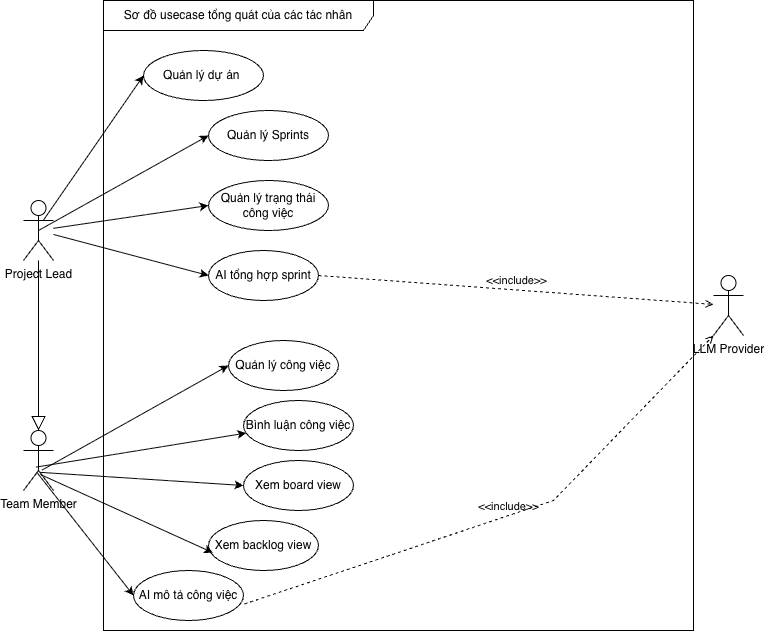
Above: reports/dat-examples/report/images/usecase_tongquan.png in toantran292/datn (draw.io), before the change. Source tidied: cells renumbered, new cells last; positions are measured from the earlier drawing's top-left corner, leaving out a move shared by most shapes.
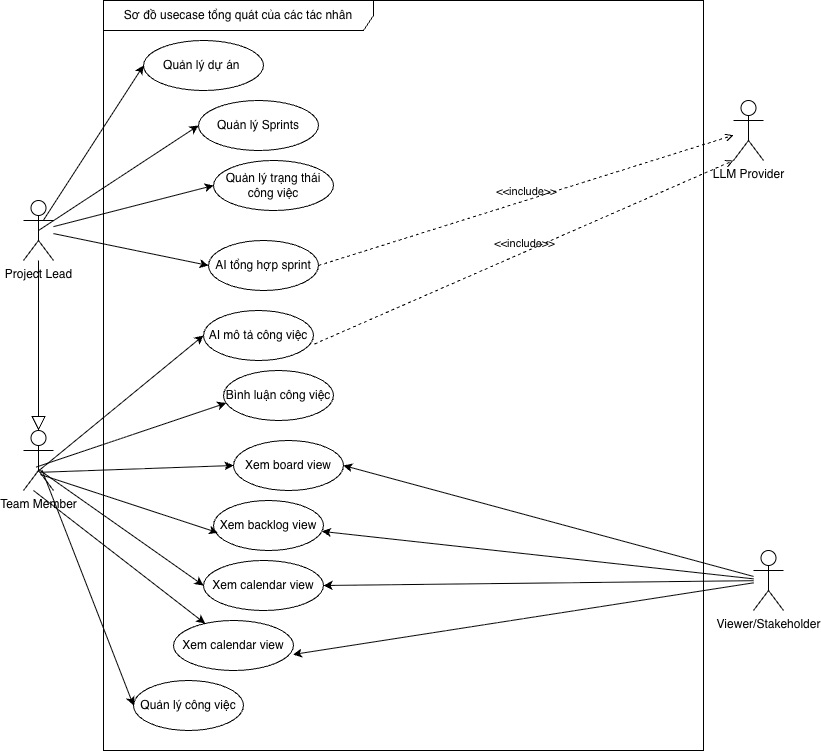
The same file after the commit.

Change to the diagram source:
```diff
@@ -3,35 +3,41 @@
     <mxCell id="0" />
     <mxCell id="1" parent="0" />
     <mxCell id="2" value="Sơ đồ usecase tổng quát của các tác nhân" style="shape=umlFrame;whiteSpace=wrap;html=1;width=270;height=30;" parent="1" vertex="1">
-      <mxGeometry x="80" width="590" height="630" as="geometry" />
+      <mxGeometry x="80" width="600" height="750" as="geometry" />
     </mxCell>
     <mxCell id="3" value="Quản lý dự án&amp;nbsp;" style="ellipse;whiteSpace=wrap;html=1;" parent="2" vertex="1">
-      <mxGeometry x="40" y="50" width="120" height="50" as="geometry" />
+      <mxGeometry x="40" y="40" width="120" height="50" as="geometry" />
     </mxCell>
     <mxCell id="4" value="Quản lý Sprints" style="ellipse;whiteSpace=wrap;html=1;" parent="2" vertex="1">
-      <mxGeometry x="105" y="110" width="120" height="50" as="geometry" />
+      <mxGeometry x="95" y="100" width="120" height="50" as="geometry" />
     </mxCell>
     <mxCell id="5" value="Quản lý trạng thái công việc" style="ellipse;whiteSpace=wrap;html=1;" parent="2" vertex="1">
-      <mxGeometry x="105" y="180" width="120" height="50" as="geometry" />
+      <mxGeometry x="110" y="160" width="120" height="50" as="geometry" />
     </mxCell>
     <mxCell id="6" value="AI tổng hợp sprint" style="ellipse;whiteSpace=wrap;html=1;" parent="2" vertex="1">
-      <mxGeometry x="105" y="250" width="110" height="50" as="geometry" />
+      <mxGeometry x="105" y="240" width="110" height="50" as="geometry" />
     </mxCell>
     <mxCell id="7" value="Quản lý công việc" style="ellipse;whiteSpace=wrap;html=1;" parent="2" vertex="1">
-      <mxGeometry x="125" y="340" width="110" height="50" as="geometry" />
+      <mxGeometry x="30" y="680" width="110" height="50" as="geometry" />
     </mxCell>
     <mxCell id="8" value="Bình luận công việc" style="ellipse;whiteSpace=wrap;html=1;" parent="2" vertex="1">
-      <mxGeometry x="140" y="400" width="110" height="50" as="geometry" />
+      <mxGeometry x="120" y="370" width="110" height="50" as="geometry" />
     </mxCell>
     <mxCell id="9" value="Xem board view" style="ellipse;whiteSpace=wrap;html=1;" parent="2" vertex="1">
-      <mxGeometry x="140" y="460" width="110" height="50" as="geometry" />
+      <mxGeometry x="130" y="440" width="110" height="50" as="geometry" />
     </mxCell>
     <mxCell id="10" value="Xem backlog view" style="ellipse;whiteSpace=wrap;html=1;" parent="2" vertex="1">
-      <mxGeometry x="105" y="520" width="110" height="50" as="geometry" />
+      <mxGeometry x="110" y="500" width="110" height="50" as="geometry" />
     </mxCell>
     <mxCell id="11" value="AI mô tả công việc" style="ellipse;whiteSpace=wrap;html=1;" parent="2" vertex="1">
-      <mxGeometry x="30" y="570" width="110" height="50" as="geometry" />
+      <mxGeometry x="100" y="310" width="110" height="50" as="geometry" />
     </mxCell>
+    <mxCell id="27" value="Xem calendar view" style="ellipse;whiteSpace=wrap;html=1;" parent="2" vertex="1">
+      <mxGeometry x="100" y="560" width="120" height="50" as="geometry" />
+    </mxCell>
+    <mxCell id="28" value="Xem calendar view" style="ellipse;whiteSpace=wrap;html=1;" parent="2" vertex="1">
+      <mxGeometry x="70" y="620" width="120" height="50" as="geometry" />
+    </mxCell>
     <mxCell id="12" value="Project Lead" style="shape=umlActor;verticalLabelPosition=bottom;verticalAlign=top;html=1;" parent="1" vertex="1">
       <mxGeometry y="200" width="30" height="60" as="geometry" />
     </mxCell>
@@ -63,7 +69,7 @@
       <mxGeometry relative="1" as="geometry" />
     </mxCell>
     <mxCell id="22" value="LLM Provider&lt;div&gt;&lt;br&gt;&lt;/div&gt;" style="shape=umlActor;verticalLabelPosition=bottom;verticalAlign=top;html=1;outlineConnect=0;" parent="1" vertex="1">
-      <mxGeometry x="690" y="275" width="30" height="60" as="geometry" />
+      <mxGeometry x="710" y="100" width="30" height="60" as="geometry" />
     </mxCell>
     <mxCell id="23" style="endArrow=classic;html=1;rounded=0;exitX=0.444;exitY=0.697;exitDx=0;exitDy=0;exitPerimeter=0;entryX=0;entryY=0.5;entryDx=0;entryDy=0;" parent="1" edge="1" source="13" target="11">
       <mxGeometry relative="1" as="geometry" />
@@ -72,14 +78,31 @@
       <mxGeometry relative="1" as="geometry" />
     </mxCell>
     <mxCell id="25" value="&amp;lt;&amp;lt;include&amp;gt;&amp;gt;" style="html=1;verticalAlign=bottom;labelBackgroundColor=none;endArrow=open;endFill=0;dashed=1;rounded=0;exitX=1.009;exitY=0.67;exitDx=0;exitDy=0;exitPerimeter=0;entryX=0;entryY=1;entryDx=0;entryDy=0;entryPerimeter=0;" parent="1" edge="1" source="11" target="22">
-      <mxGeometry relative="1" as="geometry">
-        <Array as="points">
-          <mxPoint x="530" y="500" />
-        </Array>
-      </mxGeometry>
+      <mxGeometry relative="1" as="geometry" />
     </mxCell>
     <mxCell id="26" style="edgeStyle=none;html=1;endSize=12;endArrow=block;endFill=0;rounded=0;entryX=0.5;entryY=0;entryDx=0;entryDy=0;entryPerimeter=0;" parent="1" edge="1" source="12" target="13">
       <mxGeometry relative="1" as="geometry" />
     </mxCell>
+    <mxCell id="29" style="endArrow=classic;html=1;rounded=0;exitX=0.506;exitY=0.65;exitDx=0;exitDy=0;exitPerimeter=0;entryX=0;entryY=0.5;entryDx=0;entryDy=0;" parent="1" edge="1" source="13" target="27">
+      <mxGeometry relative="1" as="geometry" />
+    </mxCell>
+    <mxCell id="30" style="endArrow=classic;html=1;rounded=0;exitX=0.333;exitY=1;exitDx=0;exitDy=0;exitPerimeter=0;" parent="1" edge="1" source="13" target="28">
+      <mxGeometry relative="1" as="geometry" />
+    </mxCell>
+    <mxCell id="31" value="&lt;div&gt;Viewer/Stakeholder&lt;/div&gt;" style="shape=umlActor;verticalLabelPosition=bottom;verticalAlign=top;html=1;outlineConnect=0;" parent="1" vertex="1">
+      <mxGeometry x="730" y="550" width="30" height="60" as="geometry" />
+    </mxCell>
+    <mxCell id="32" style="endArrow=classic;html=1;rounded=0;entryX=1;entryY=0.5;entryDx=0;entryDy=0;" parent="1" edge="1" source="31" target="9">
+      <mxGeometry relative="1" as="geometry" />
+    </mxCell>
+    <mxCell id="33" style="endArrow=classic;html=1;rounded=0;" parent="1" edge="1" source="31" target="10">
+      <mxGeometry relative="1" as="geometry" />
+    </mxCell>
+    <mxCell id="34" style="endArrow=classic;html=1;rounded=0;entryX=0.996;entryY=0.68;entryDx=0;entryDy=0;entryPerimeter=0;" parent="1" edge="1" source="31" target="28">
+      <mxGeometry relative="1" as="geometry" />
+    </mxCell>
+    <mxCell id="35" style="endArrow=classic;html=1;rounded=0;entryX=1;entryY=0.5;entryDx=0;entryDy=0;" parent="1" edge="1" source="31" target="27">
+      <mxGeometry relative="1" as="geometry" />
+    </mxCell>
   </root>
 </mxGraphModel>
```
